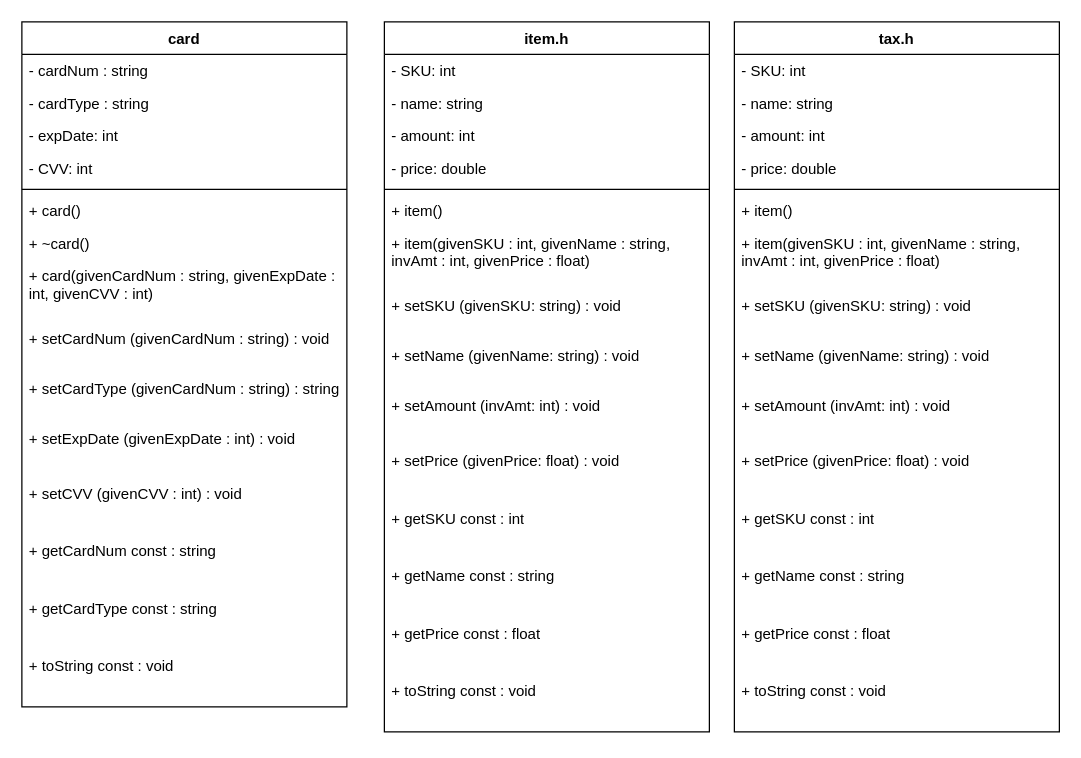
Before: uml/main.drawio in evanvnguyen/ReceiptGenerator, a draw.io diagram. Source tidied: cells renumbered, new cells numbered last; positions are measured from the earlier drawing's top-left corner, leaving out a move shared by most shapes. Both pictures are drawn from the tidied source at 125%, with x=0, y=0 at pixel (21, 21).
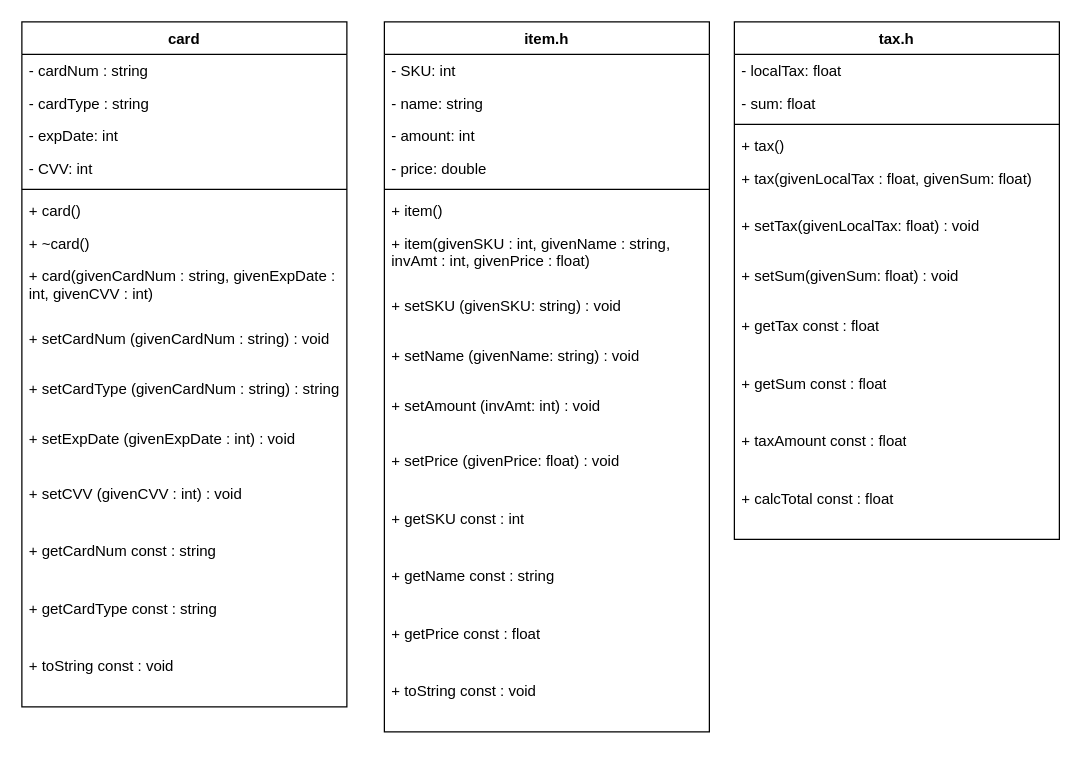
After the change.

The edit, as a diff of the source:
```diff
@@
     <mxCell id="34" value="tax.h" style="swimlane;fontStyle=1;align=center;verticalAlign=top;horizontal=1;startSize=26;" parent="1" vertex="1">
-      <mxGeometry x="570" width="260" height="568" as="geometry" />
+      <mxGeometry x="570" width="260" height="414" as="geometry" />
     </mxCell>
-    <mxCell id="35" value="- SKU: int" style="text;strokeColor=none;fillColor=none;align=left;verticalAlign=top;spacingLeft=4;spacingRight=4;overflow=hidden;" parent="34" vertex="1">
+    <mxCell id="35" value="- localTax: float" style="text;strokeColor=none;fillColor=none;align=left;verticalAlign=top;spacingLeft=4;spacingRight=4;overflow=hidden;" parent="34" vertex="1">
       <mxGeometry y="26" width="260" height="26" as="geometry" />
     </mxCell>
-    <mxCell id="36" value="- name: string" style="text;strokeColor=none;fillColor=none;align=left;verticalAlign=top;spacingLeft=4;spacingRight=4;overflow=hidden;" parent="34" vertex="1">
+    <mxCell id="36" value="- sum: float" style="text;strokeColor=none;fillColor=none;align=left;verticalAlign=top;spacingLeft=4;spacingRight=4;overflow=hidden;" parent="34" vertex="1">
       <mxGeometry y="52" width="260" height="26" as="geometry" />
     </mxCell>
-    <mxCell id="37" value="- amount: int" style="text;strokeColor=none;fillColor=none;align=left;verticalAlign=top;spacingLeft=4;spacingRight=4;overflow=hidden;" parent="34" vertex="1">
-      <mxGeometry y="78" width="260" height="26" as="geometry" />
-    </mxCell>
-    <mxCell id="38" value="- price: double" style="text;strokeColor=none;fillColor=none;align=left;verticalAlign=top;spacingLeft=4;spacingRight=4;overflow=hidden;" parent="34" vertex="1">
-      <mxGeometry y="104" width="260" height="26" as="geometry" />
-    </mxCell>
     <mxCell id="39" style="line;strokeWidth=1;fillColor=none;align=left;verticalAlign=middle;spacingTop=-1;spacingLeft=3;spacingRight=3;labelPosition=right;" parent="34" vertex="1">
-      <mxGeometry y="130" width="260" height="8" as="geometry" />
+      <mxGeometry y="78" width="260" height="8" as="geometry" />
     </mxCell>
-    <mxCell id="40" value="+ item()" style="text;strokeColor=none;fillColor=none;align=left;verticalAlign=top;spacingLeft=4;spacingRight=4;overflow=hidden;" parent="34" vertex="1">
-      <mxGeometry y="138" width="260" height="26" as="geometry" />
+    <mxCell id="40" value="+ tax()" style="text;strokeColor=none;fillColor=none;align=left;verticalAlign=top;spacingLeft=4;spacingRight=4;overflow=hidden;" parent="34" vertex="1">
+      <mxGeometry y="86" width="260" height="26" as="geometry" />
     </mxCell>
-    <mxCell id="41" value="+ item(givenSKU : int, givenName : string, invAmt : int, givenPrice : float)" style="text;strokeColor=none;fillColor=none;align=left;verticalAlign=top;spacingLeft=4;spacingRight=4;overflow=hidden;whiteSpace=wrap;" parent="34" vertex="1">
-      <mxGeometry y="164" width="260" height="50" as="geometry" />
+    <mxCell id="41" value="+ tax(givenLocalTax : float, givenSum: float)" style="text;strokeColor=none;fillColor=none;align=left;verticalAlign=top;spacingLeft=4;spacingRight=4;overflow=hidden;whiteSpace=wrap;" parent="34" vertex="1">
+      <mxGeometry y="112" width="260" height="38" as="geometry" />
     </mxCell>
-    <mxCell id="42" value="+ setSKU (givenSKU: string) : void" style="text;strokeColor=none;fillColor=none;align=left;verticalAlign=top;spacingLeft=4;spacingRight=4;overflow=hidden;whiteSpace=wrap;" parent="34" vertex="1">
-      <mxGeometry y="214" width="260" height="40" as="geometry" />
+    <mxCell id="42" value="+ setTax(givenLocalTax: float) : void" style="text;strokeColor=none;fillColor=none;align=left;verticalAlign=top;spacingLeft=4;spacingRight=4;overflow=hidden;whiteSpace=wrap;" parent="34" vertex="1">
+      <mxGeometry y="150" width="260" height="40" as="geometry" />
     </mxCell>
-    <mxCell id="43" value="+ setName (givenName: string) : void" style="text;strokeColor=none;fillColor=none;align=left;verticalAlign=top;spacingLeft=4;spacingRight=4;overflow=hidden;whiteSpace=wrap;" parent="34" vertex="1">
-      <mxGeometry y="254" width="260" height="40" as="geometry" />
+    <mxCell id="43" value="+ setSum(givenSum: float) : void" style="text;strokeColor=none;fillColor=none;align=left;verticalAlign=top;spacingLeft=4;spacingRight=4;overflow=hidden;whiteSpace=wrap;" parent="34" vertex="1">
+      <mxGeometry y="190" width="260" height="40" as="geometry" />
     </mxCell>
-    <mxCell id="44" value="+ setAmount (invAmt: int) : void" style="text;strokeColor=none;fillColor=none;align=left;verticalAlign=top;spacingLeft=4;spacingRight=4;overflow=hidden;whiteSpace=wrap;" parent="34" vertex="1">
-      <mxGeometry y="294" width="260" height="44" as="geometry" />
-    </mxCell>
-    <mxCell id="45" value="+ setPrice (givenPrice: float) : void" style="text;strokeColor=none;fillColor=none;align=left;verticalAlign=top;spacingLeft=4;spacingRight=4;overflow=hidden;whiteSpace=wrap;" parent="34" vertex="1">
-      <mxGeometry y="338" width="260" height="46" as="geometry" />
-    </mxCell>
-    <mxCell id="46" value="+ getSKU const : int" style="text;strokeColor=none;fillColor=none;align=left;verticalAlign=top;spacingLeft=4;spacingRight=4;overflow=hidden;whiteSpace=wrap;" parent="34" vertex="1">
-      <mxGeometry y="384" width="260" height="46" as="geometry" />
+    <mxCell id="46" value="+ getTax const : float" style="text;strokeColor=none;fillColor=none;align=left;verticalAlign=top;spacingLeft=4;spacingRight=4;overflow=hidden;whiteSpace=wrap;" parent="34" vertex="1">
+      <mxGeometry y="230" width="260" height="46" as="geometry" />
     </mxCell>
-    <mxCell id="47" value="+ getName const : string" style="text;strokeColor=none;fillColor=none;align=left;verticalAlign=top;spacingLeft=4;spacingRight=4;overflow=hidden;whiteSpace=wrap;" parent="34" vertex="1">
-      <mxGeometry y="430" width="260" height="46" as="geometry" />
+    <mxCell id="47" value="+ getSum const : float" style="text;strokeColor=none;fillColor=none;align=left;verticalAlign=top;spacingLeft=4;spacingRight=4;overflow=hidden;whiteSpace=wrap;" parent="34" vertex="1">
+      <mxGeometry y="276" width="260" height="46" as="geometry" />
     </mxCell>
-    <mxCell id="48" value="+ getPrice const : float" style="text;strokeColor=none;fillColor=none;align=left;verticalAlign=top;spacingLeft=4;spacingRight=4;overflow=hidden;whiteSpace=wrap;" parent="34" vertex="1">
-      <mxGeometry y="476" width="260" height="46" as="geometry" />
+    <mxCell id="48" value="+ taxAmount const : float" style="text;strokeColor=none;fillColor=none;align=left;verticalAlign=top;spacingLeft=4;spacingRight=4;overflow=hidden;whiteSpace=wrap;" parent="34" vertex="1">
+      <mxGeometry y="322" width="260" height="46" as="geometry" />
     </mxCell>
-    <mxCell id="49" value="+ toString const : void" style="text;strokeColor=none;fillColor=none;align=left;verticalAlign=top;spacingLeft=4;spacingRight=4;overflow=hidden;whiteSpace=wrap;" parent="34" vertex="1">
-      <mxGeometry y="522" width="260" height="46" as="geometry" />
+    <mxCell id="49" value="+ calcTotal const : float" style="text;strokeColor=none;fillColor=none;align=left;verticalAlign=top;spacingLeft=4;spacingRight=4;overflow=hidden;whiteSpace=wrap;" parent="34" vertex="1">
+      <mxGeometry y="368" width="260" height="46" as="geometry" />
     </mxCell>
```
